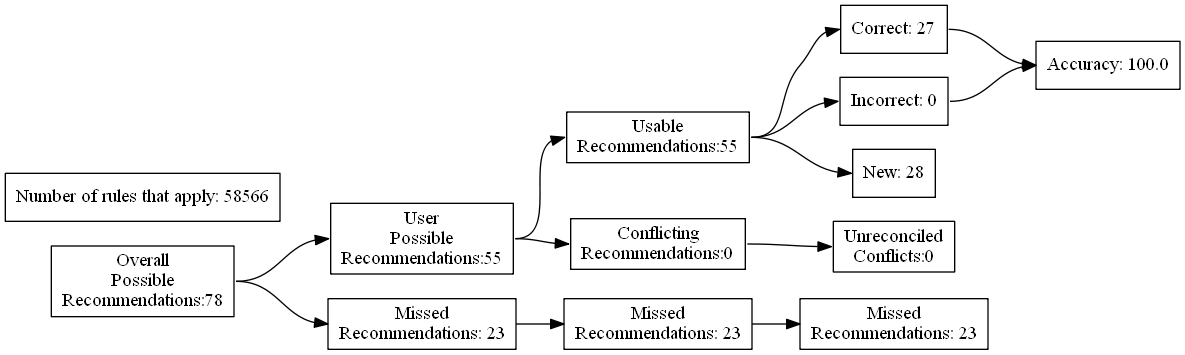
This is test_renders/87.gv.png from ZaxR/ibd_diet_analysis, a Graphviz export, as it was before one commit. Its source is kept beside it as test_renders/87.gv.
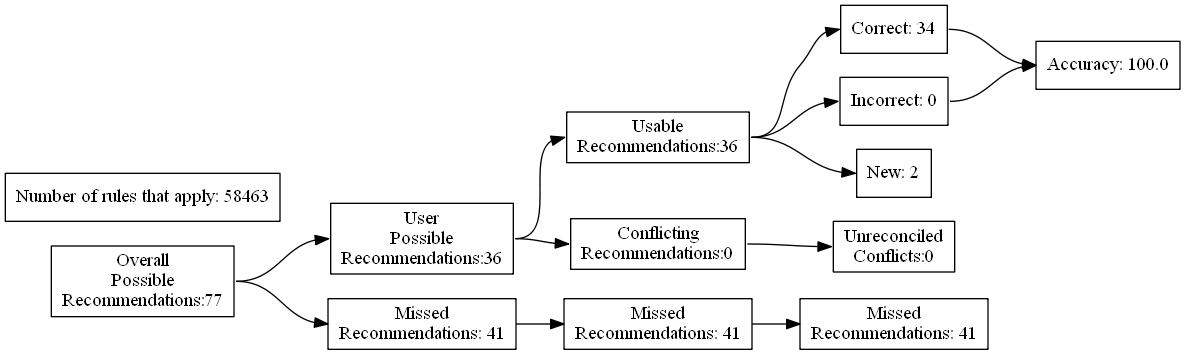
Later version of the same file.

The edit, as a diff of the source:
```diff
@@ -4,27 +4,27 @@
 	edge [headport=w tailport=e]
 		A [label="Overall
 Possible
-Recommendations:78"]
+Recommendations:77"]
 		B [label="User
 Possible
-Recommendations:55"]
+Recommendations:36"]
 		C [label="Missed
-Recommendations: 23"]
+Recommendations: 41"]
 		D [label="Usable
-Recommendations:55"]
+Recommendations:36"]
 		E [label="Conflicting
 Recommendations:0"]
 		J [label="Missed
-Recommendations: 23"]
+Recommendations: 41"]
 		M [label="Unreconciled
 Conflicts:0"]
-		F [label="Correct: 27"]
+		F [label="Correct: 34"]
 		G [label="Incorrect: 0"]
-		H [label="New: 28"]
+		H [label="New: 2"]
 		K [label="Missed
-Recommendations: 23"]
+Recommendations: 41"]
 		I [label="Accuracy: 100.0"]
-		l [label="Number of rules that apply: 58566"]
+		l [label="Number of rules that apply: 58463"]
 			A -> B
 			A -> C
 			B -> D
```
